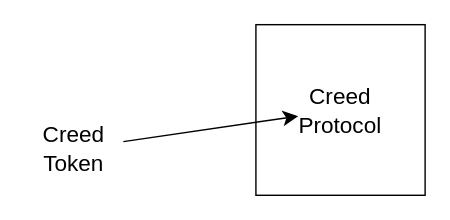
Earlier version of the draw.io diagram Diagrama sin título.drawio (nicolasegimenez/creed). Source tidied: cells renumbered, new cells numbered last; positions are measured from the earlier drawing's top-left corner, leaving out a move shared by most shapes. Both pictures are drawn from the tidied source at 141%, with x=0, y=0 at pixel (24, 24).
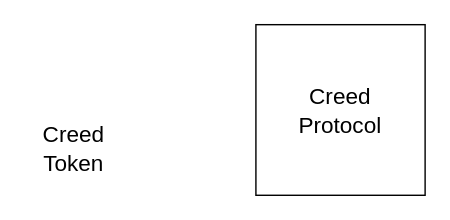
Above is the later version.

Change to the diagram source:
```diff
@@
 <mxGraphModel>
   <root>
     <mxCell id="0" />
     <mxCell id="1" parent="0" />
     <mxCell id="2" style="whiteSpace=wrap;html=1;fontSize=16;" parent="1" vertex="1">
       <mxGeometry x="164" width="120" height="121" as="geometry" />
     </mxCell>
     <mxCell id="3" value="Creed Protocol" style="text;strokeColor=none;fillColor=none;html=1;align=center;verticalAlign=middle;whiteSpace=wrap;rounded=0;fontSize=16;" parent="1" vertex="1">
       <mxGeometry x="194" y="45.5" width="60" height="30" as="geometry" />
     </mxCell>
-    <mxCell id="4" style="edgeStyle=none;curved=1;rounded=0;jettySize=auto;html=1;fontSize=12;startSize=8;endSize=8;" parent="1" edge="1" source="5" target="3">
-      <mxGeometry relative="1" as="geometry" />
-    </mxCell>
     <mxCell id="5" value="Creed&lt;br&gt;Token" style="text;strokeColor=none;fillColor=none;html=1;align=center;verticalAlign=middle;whiteSpace=wrap;rounded=0;fontSize=16;" parent="1" vertex="1">
       <mxGeometry y="73" width="70" height="30" as="geometry" />
     </mxCell>
   </root>
 </mxGraphModel>
```
